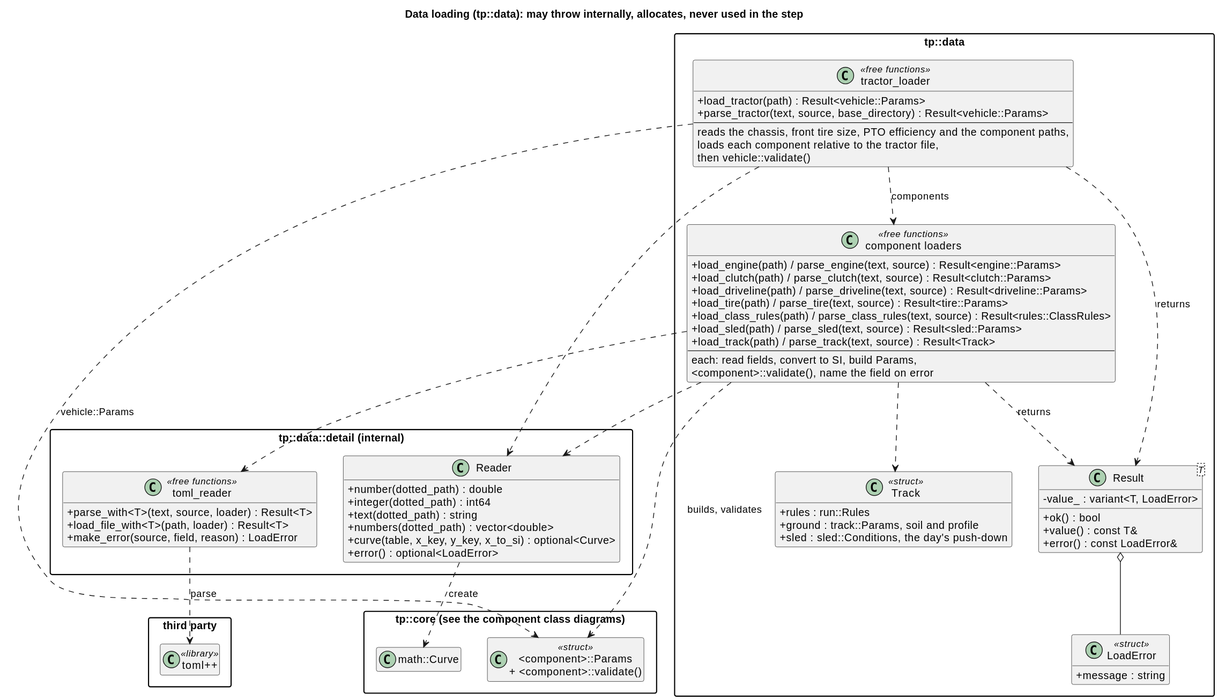
Earlier version of the PlantUML export docs/diagrams/svg/data_io_classes.svg (wversteeg/TractorPulling).
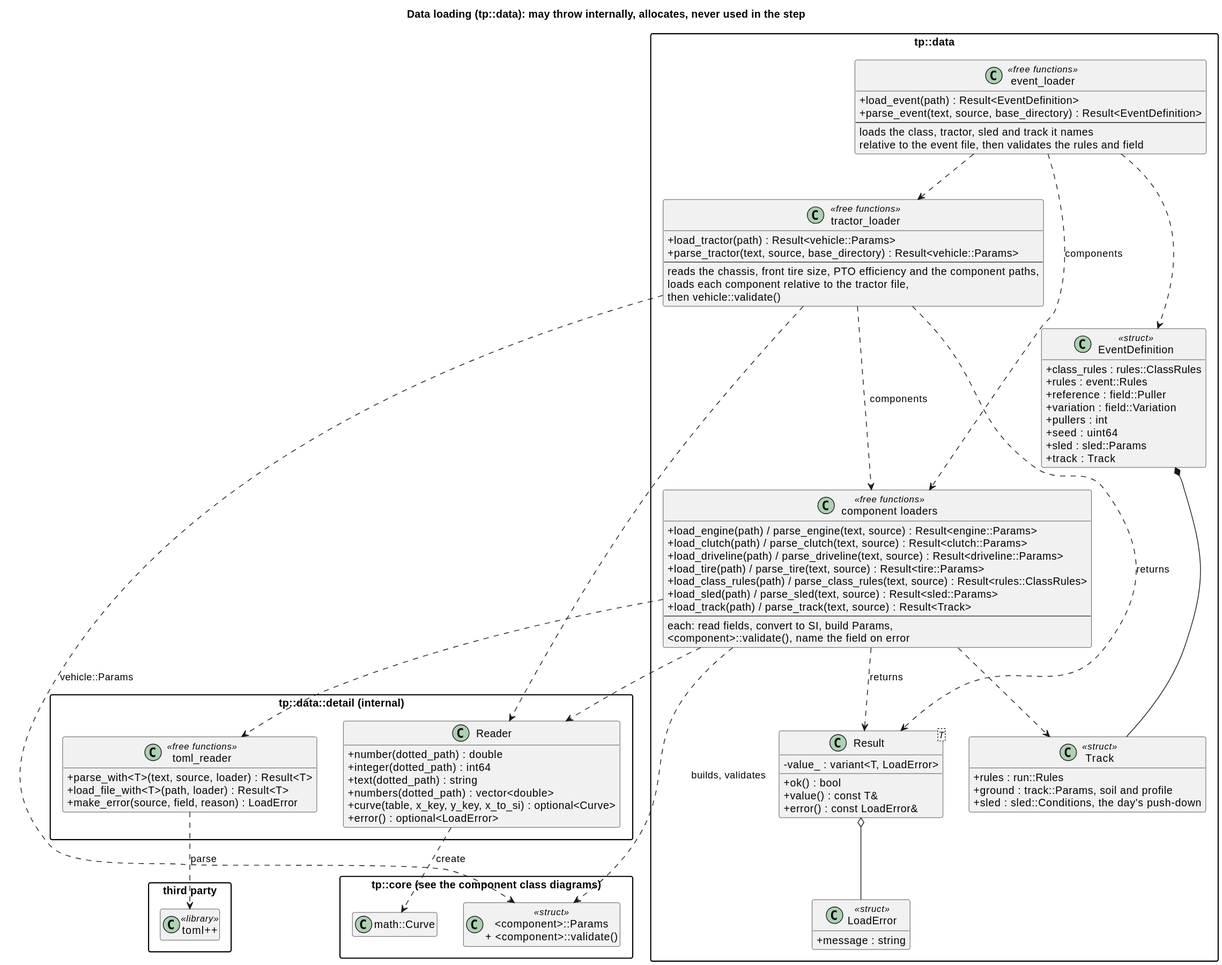
After the change.

What changed in the source:
```diff
@@ -32,6 +32,23 @@
     +ground : track::Params, soil and profile
     +sled : sled::Conditions, the day's push-down
   }
+  class EventDefinition <<struct>> {
+    +class_rules : rules::ClassRules
+    +rules : event::Rules
+    +reference : field::Puller
+    +variation : field::Variation
+    +pullers : int
+    +seed : uint64
+    +sled : sled::Params
+    +track : Track
+  }
+  class "event_loader" as EventLoader <<free functions>> {
+    +load_event(path) : Result<EventDefinition>
+    +parse_event(text, source, base_directory) : Result<EventDefinition>
+    --
+    loads the class, tractor, sled and track it names
+    relative to the event file, then validates the rules and field
+  }
   class "tractor_loader" as TractorLoader <<free functions>> {
     +load_tractor(path) : Result<vehicle::Params>
     +parse_tractor(text, source, base_directory) : Result<vehicle::Params>
@@ -43,6 +60,10 @@
   Result o-- LoadError
   Loaders ..> Result : returns
   Loaders ..> Track
+  EventLoader ..> EventDefinition
+  EventLoader ..> Loaders : components
+  EventLoader ..> TractorLoader
+  EventDefinition *-- Track
   TractorLoader ..> Loaders : components
   TractorLoader ..> Result : returns
 }
```
